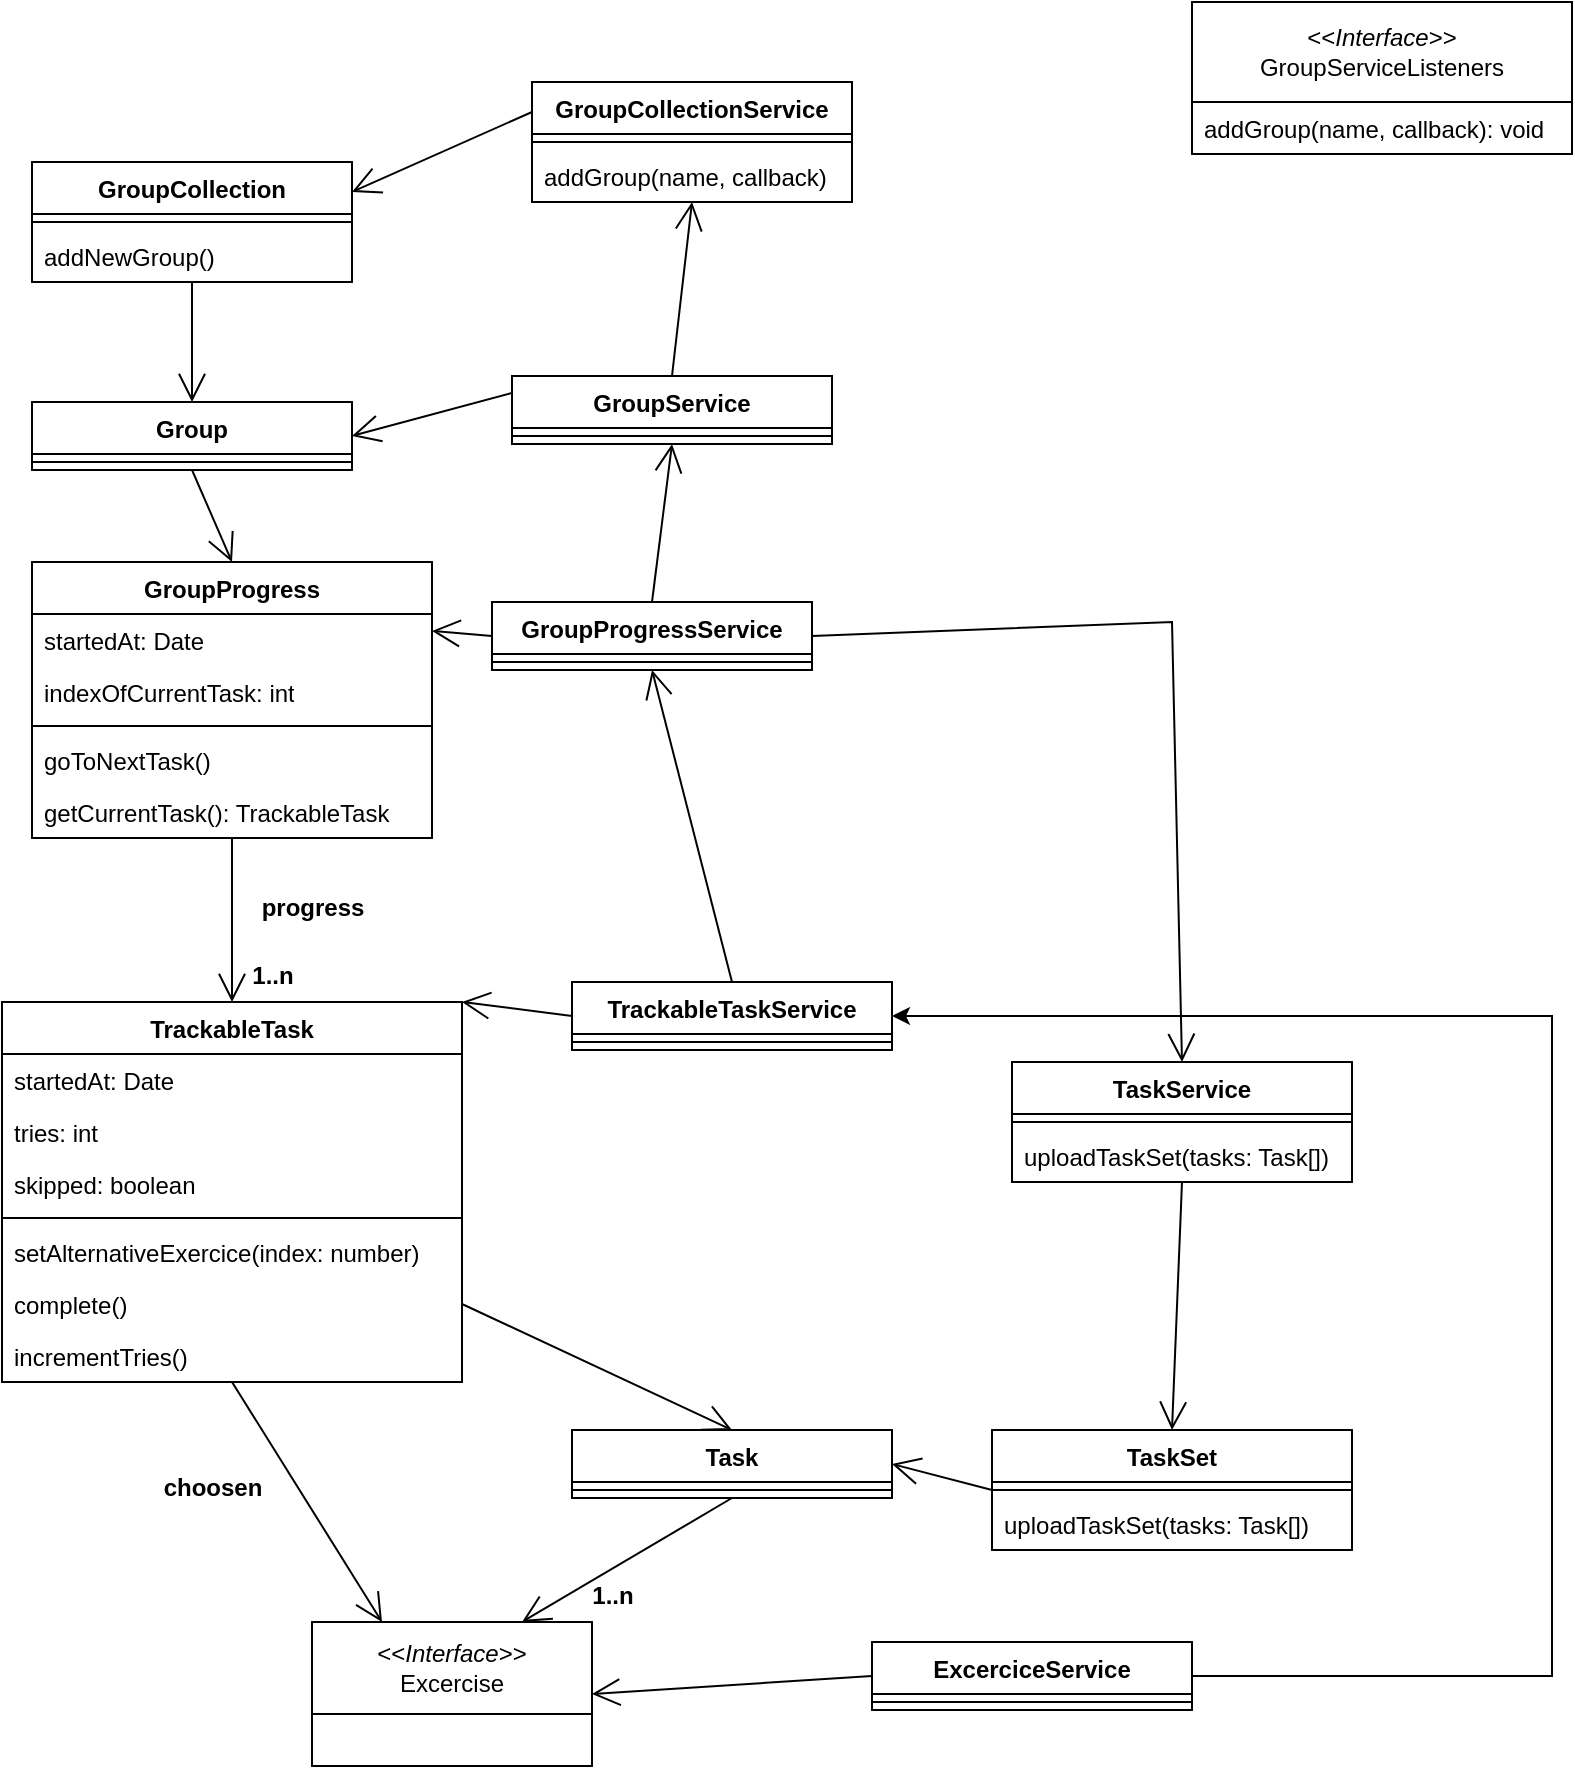
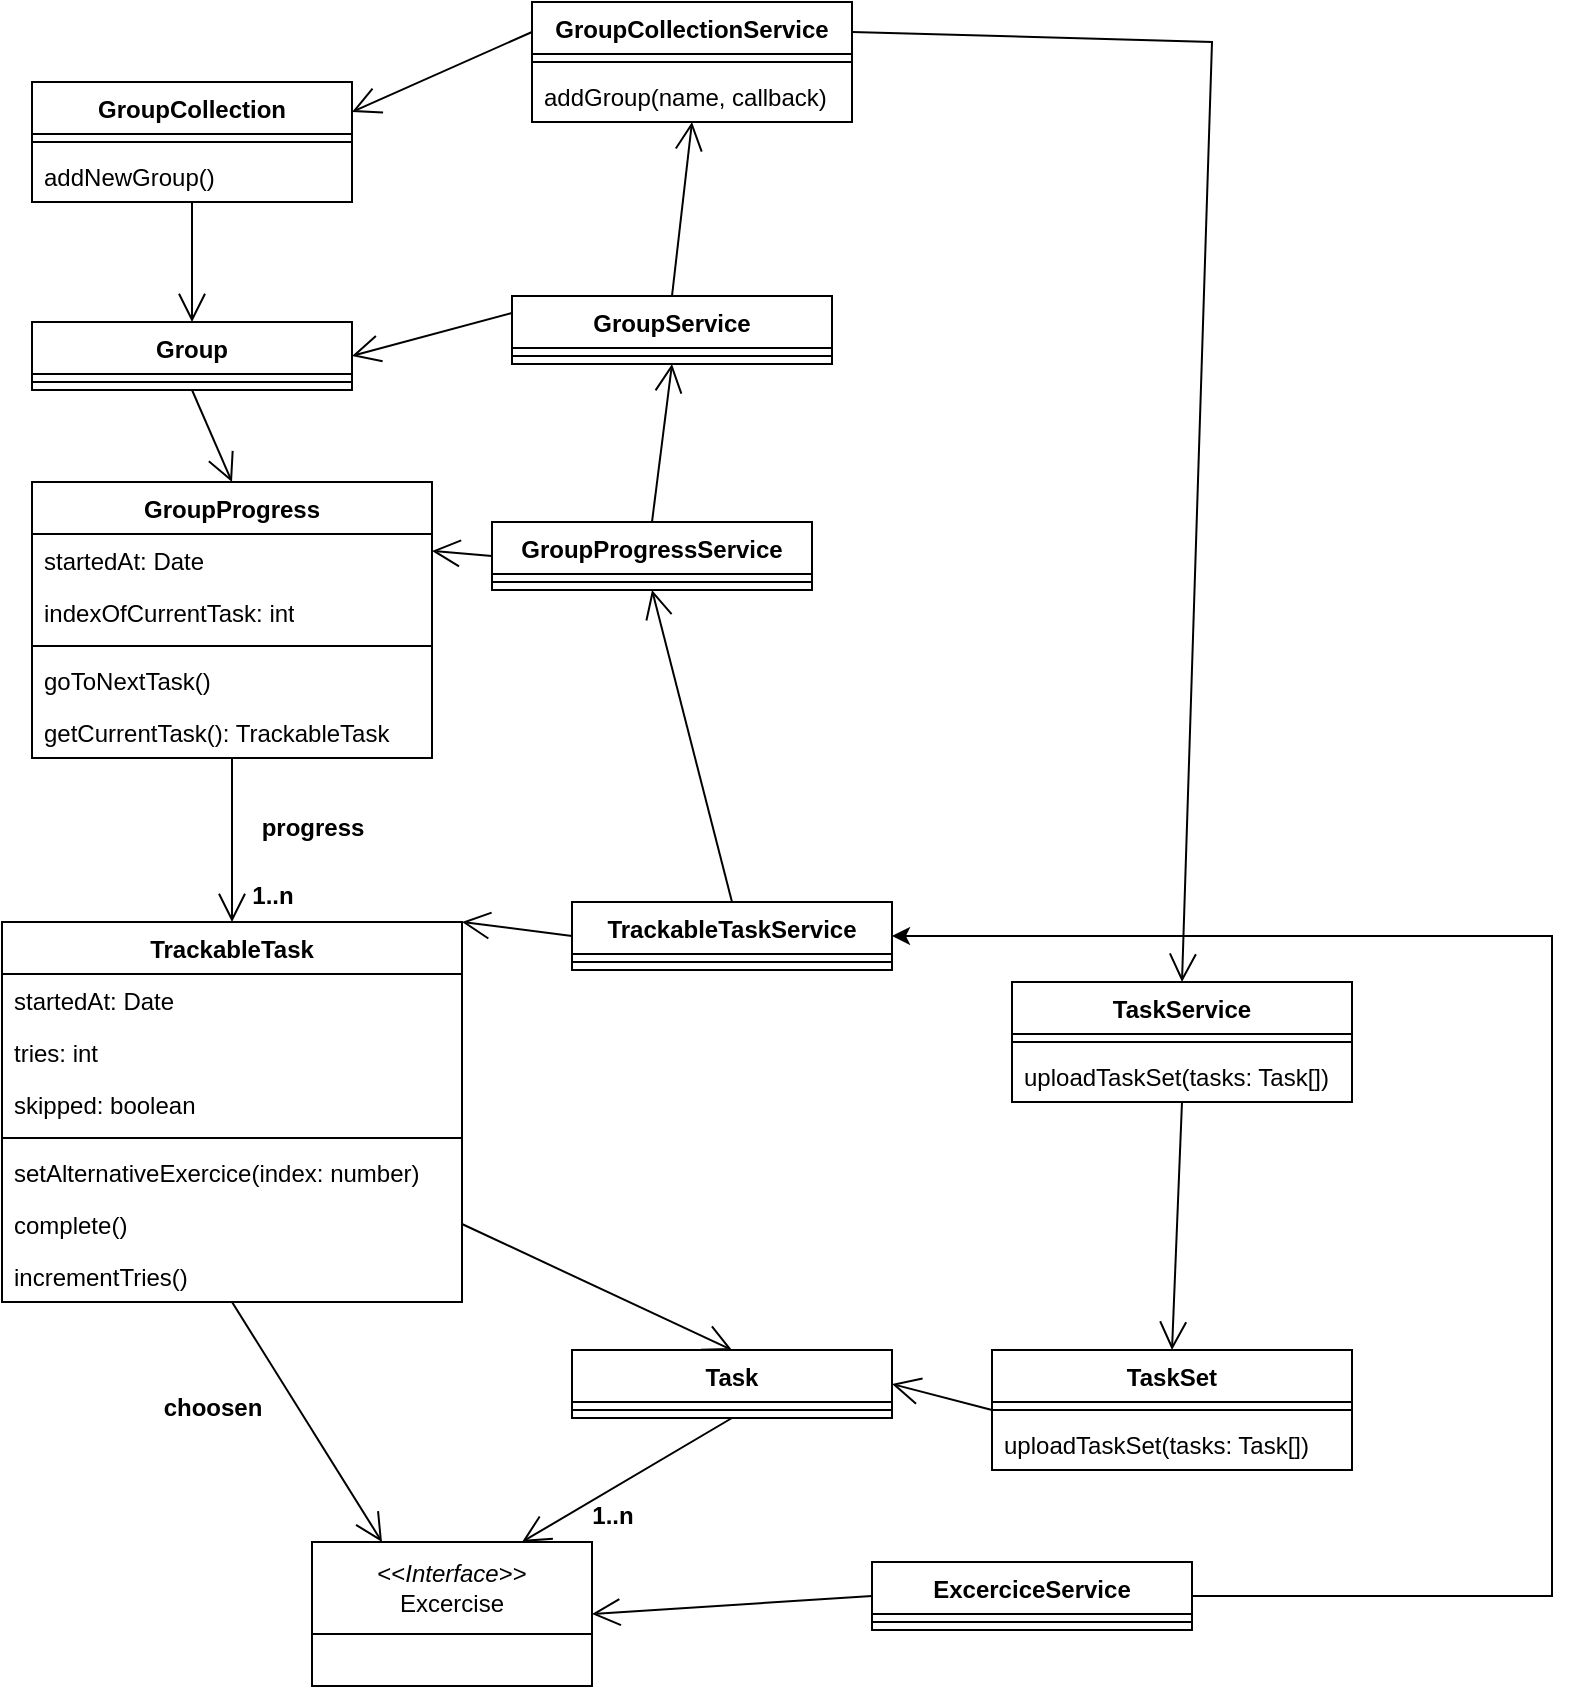
<mxfile host="app.diagrams.net" agent="Mozilla/5.0 (Windows NT 10.0; Win64; x64; rv:133.0) Gecko/20100101 Firefox/133.0" version="25.0.3">
  <diagram id="C5RBs43oDa-KdzZeNtuy" name="Page-1">
-     <mxGraphModel dx="882" dy="512" grid="1" gridSize="10" guides="1" tooltips="1" connect="1" arrows="1" fold="1" page="1" pageScale="1" pageWidth="827" pageHeight="1169" math="0" shadow="0">
+     <mxGraphModel dx="836" dy="485" grid="1" gridSize="10" guides="1" tooltips="1" connect="1" arrows="1" fold="1" page="1" pageScale="1" pageWidth="827" pageHeight="1169" math="0" shadow="0">
      <root>
        <mxCell id="WIyWlLk6GJQsqaUBKTNV-0" />
        <mxCell id="WIyWlLk6GJQsqaUBKTNV-1" parent="WIyWlLk6GJQsqaUBKTNV-0" />
        <mxCell id="2PPdx7-YqYG3QhNQI_HN-14" value="GroupService" style="swimlane;fontStyle=1;align=center;verticalAlign=top;childLayout=stackLayout;horizontal=1;startSize=26;horizontalStack=0;resizeParent=1;resizeParentMax=0;resizeLast=0;collapsible=1;marginBottom=0;whiteSpace=wrap;html=1;" parent="WIyWlLk6GJQsqaUBKTNV-1" vertex="1">
          <mxGeometry x="280" y="227" width="160" height="34" as="geometry" />
        </mxCell>
        <mxCell id="2PPdx7-YqYG3QhNQI_HN-16" value="" style="line;strokeWidth=1;fillColor=none;align=left;verticalAlign=middle;spacingTop=-1;spacingLeft=3;spacingRight=3;rotatable=0;labelPosition=right;points=[];portConstraint=eastwest;strokeColor=inherit;" parent="2PPdx7-YqYG3QhNQI_HN-14" vertex="1">
          <mxGeometry y="26" width="160" height="8" as="geometry" />
        </mxCell>
-         <mxCell id="2PPdx7-YqYG3QhNQI_HN-24" value="&lt;div&gt;&amp;lt;&amp;lt;&lt;i&gt;Interface&lt;/i&gt;&amp;gt;&amp;gt;&lt;br&gt;&lt;/div&gt;&lt;div&gt;GroupServiceListeners&lt;/div&gt;" style="swimlane;fontStyle=0;childLayout=stackLayout;horizontal=1;startSize=50;fillColor=none;horizontalStack=0;resizeParent=1;resizeParentMax=0;resizeLast=0;collapsible=1;marginBottom=0;whiteSpace=wrap;html=1;" parent="WIyWlLk6GJQsqaUBKTNV-1" vertex="1">
-           <mxGeometry x="620" y="40" width="190" height="76" as="geometry" />
-         </mxCell>
-         <mxCell id="2PPdx7-YqYG3QhNQI_HN-28" value="addGroup(name, callback): void" style="text;strokeColor=none;fillColor=none;align=left;verticalAlign=top;spacingLeft=4;spacingRight=4;overflow=hidden;rotatable=0;points=[[0,0.5],[1,0.5]];portConstraint=eastwest;whiteSpace=wrap;html=1;" parent="2PPdx7-YqYG3QhNQI_HN-24" vertex="1">
-           <mxGeometry y="50" width="190" height="26" as="geometry" />
-         </mxCell>
        <mxCell id="V3XAilx2oiw2KiiHJ0iP-3" value="" style="endArrow=open;endFill=1;endSize=12;html=1;rounded=0;exitX=0.5;exitY=1;exitDx=0;exitDy=0;entryX=0.5;entryY=0;entryDx=0;entryDy=0;" parent="WIyWlLk6GJQsqaUBKTNV-1" source="V3XAilx2oiw2KiiHJ0iP-96" target="V3XAilx2oiw2KiiHJ0iP-91" edge="1">
          <mxGeometry width="160" relative="1" as="geometry">
            <mxPoint x="260" y="170" as="sourcePoint" />
            <mxPoint x="280" y="270" as="targetPoint" />
          </mxGeometry>
        </mxCell>
        <mxCell id="V3XAilx2oiw2KiiHJ0iP-28" value="&lt;div&gt;&amp;lt;&amp;lt;&lt;i&gt;Interface&lt;/i&gt;&amp;gt;&amp;gt;&lt;/div&gt;&lt;div&gt;Excercise&lt;/div&gt;" style="swimlane;fontStyle=0;childLayout=stackLayout;horizontal=1;startSize=46;fillColor=none;horizontalStack=0;resizeParent=1;resizeParentMax=0;resizeLast=0;collapsible=1;marginBottom=0;whiteSpace=wrap;html=1;" parent="WIyWlLk6GJQsqaUBKTNV-1" vertex="1">
          <mxGeometry x="180" y="850" width="140" height="72" as="geometry" />
        </mxCell>
        <mxCell id="V3XAilx2oiw2KiiHJ0iP-44" value="choosen" style="text;align=center;fontStyle=1;verticalAlign=middle;spacingLeft=3;spacingRight=3;strokeColor=none;rotatable=0;points=[[0,0.5],[1,0.5]];portConstraint=eastwest;html=1;" parent="WIyWlLk6GJQsqaUBKTNV-1" vertex="1">
          <mxGeometry x="90" y="770" width="80" height="26" as="geometry" />
        </mxCell>
        <mxCell id="V3XAilx2oiw2KiiHJ0iP-63" value="" style="endArrow=open;endFill=1;endSize=12;html=1;rounded=0;entryX=0.5;entryY=0;entryDx=0;entryDy=0;exitX=0.5;exitY=1;exitDx=0;exitDy=0;" parent="WIyWlLk6GJQsqaUBKTNV-1" source="V3XAilx2oiw2KiiHJ0iP-86" target="V3XAilx2oiw2KiiHJ0iP-79" edge="1">
          <mxGeometry width="160" relative="1" as="geometry">
            <mxPoint x="140" y="480" as="sourcePoint" />
            <mxPoint x="120" y="510" as="targetPoint" />
          </mxGeometry>
        </mxCell>
        <mxCell id="V3XAilx2oiw2KiiHJ0iP-65" value="Task" style="swimlane;fontStyle=1;align=center;verticalAlign=top;childLayout=stackLayout;horizontal=1;startSize=26;horizontalStack=0;resizeParent=1;resizeParentMax=0;resizeLast=0;collapsible=1;marginBottom=0;whiteSpace=wrap;html=1;" parent="WIyWlLk6GJQsqaUBKTNV-1" vertex="1">
          <mxGeometry x="310" y="754" width="160" height="34" as="geometry" />
        </mxCell>
        <mxCell id="V3XAilx2oiw2KiiHJ0iP-67" value="" style="line;strokeWidth=1;fillColor=none;align=left;verticalAlign=middle;spacingTop=-1;spacingLeft=3;spacingRight=3;rotatable=0;labelPosition=right;points=[];portConstraint=eastwest;strokeColor=inherit;" parent="V3XAilx2oiw2KiiHJ0iP-65" vertex="1">
          <mxGeometry y="26" width="160" height="8" as="geometry" />
        </mxCell>
        <mxCell id="V3XAilx2oiw2KiiHJ0iP-72" value="TaskSet" style="swimlane;fontStyle=1;align=center;verticalAlign=top;childLayout=stackLayout;horizontal=1;startSize=26;horizontalStack=0;resizeParent=1;resizeParentMax=0;resizeLast=0;collapsible=1;marginBottom=0;whiteSpace=wrap;html=1;" parent="WIyWlLk6GJQsqaUBKTNV-1" vertex="1">
          <mxGeometry x="520" y="754" width="180" height="60" as="geometry" />
        </mxCell>
        <mxCell id="V3XAilx2oiw2KiiHJ0iP-74" value="" style="line;strokeWidth=1;fillColor=none;align=left;verticalAlign=middle;spacingTop=-1;spacingLeft=3;spacingRight=3;rotatable=0;labelPosition=right;points=[];portConstraint=eastwest;strokeColor=inherit;" parent="V3XAilx2oiw2KiiHJ0iP-72" vertex="1">
          <mxGeometry y="26" width="180" height="8" as="geometry" />
        </mxCell>
        <mxCell id="L8xYm_lEtlE9M0N6Z_c4-20" value="uploadTaskSet(tasks: Task[])" style="text;strokeColor=none;fillColor=none;align=left;verticalAlign=top;spacingLeft=4;spacingRight=4;overflow=hidden;rotatable=0;points=[[0,0.5],[1,0.5]];portConstraint=eastwest;whiteSpace=wrap;html=1;" vertex="1" parent="V3XAilx2oiw2KiiHJ0iP-72">
          <mxGeometry y="34" width="180" height="26" as="geometry" />
        </mxCell>
        <mxCell id="V3XAilx2oiw2KiiHJ0iP-79" value="TrackableTask" style="swimlane;fontStyle=1;align=center;verticalAlign=top;childLayout=stackLayout;horizontal=1;startSize=26;horizontalStack=0;resizeParent=1;resizeParentMax=0;resizeLast=0;collapsible=1;marginBottom=0;whiteSpace=wrap;html=1;" parent="WIyWlLk6GJQsqaUBKTNV-1" vertex="1">
          <mxGeometry x="25" y="540" width="230" height="190" as="geometry" />
        </mxCell>
        <mxCell id="V3XAilx2oiw2KiiHJ0iP-83" value="startedAt: Date" style="text;strokeColor=none;fillColor=none;align=left;verticalAlign=top;spacingLeft=4;spacingRight=4;overflow=hidden;rotatable=0;points=[[0,0.5],[1,0.5]];portConstraint=eastwest;whiteSpace=wrap;html=1;" parent="V3XAilx2oiw2KiiHJ0iP-79" vertex="1">
          <mxGeometry y="26" width="230" height="26" as="geometry" />
        </mxCell>
        <mxCell id="V3XAilx2oiw2KiiHJ0iP-84" value="tries: int" style="text;strokeColor=none;fillColor=none;align=left;verticalAlign=top;spacingLeft=4;spacingRight=4;overflow=hidden;rotatable=0;points=[[0,0.5],[1,0.5]];portConstraint=eastwest;whiteSpace=wrap;html=1;" parent="V3XAilx2oiw2KiiHJ0iP-79" vertex="1">
          <mxGeometry y="52" width="230" height="26" as="geometry" />
        </mxCell>
        <mxCell id="V3XAilx2oiw2KiiHJ0iP-85" value="&lt;div&gt;skipped: boolean&lt;/div&gt;" style="text;strokeColor=none;fillColor=none;align=left;verticalAlign=top;spacingLeft=4;spacingRight=4;overflow=hidden;rotatable=0;points=[[0,0.5],[1,0.5]];portConstraint=eastwest;whiteSpace=wrap;html=1;" parent="V3XAilx2oiw2KiiHJ0iP-79" vertex="1">
          <mxGeometry y="78" width="230" height="26" as="geometry" />
        </mxCell>
        <mxCell id="V3XAilx2oiw2KiiHJ0iP-81" value="" style="line;strokeWidth=1;fillColor=none;align=left;verticalAlign=middle;spacingTop=-1;spacingLeft=3;spacingRight=3;rotatable=0;labelPosition=right;points=[];portConstraint=eastwest;strokeColor=inherit;" parent="V3XAilx2oiw2KiiHJ0iP-79" vertex="1">
          <mxGeometry y="104" width="230" height="8" as="geometry" />
        </mxCell>
        <mxCell id="L8xYm_lEtlE9M0N6Z_c4-0" value="setAlternativeExercice(index: number)" style="text;strokeColor=none;fillColor=none;align=left;verticalAlign=top;spacingLeft=4;spacingRight=4;overflow=hidden;rotatable=0;points=[[0,0.5],[1,0.5]];portConstraint=eastwest;whiteSpace=wrap;html=1;" vertex="1" parent="V3XAilx2oiw2KiiHJ0iP-79">
          <mxGeometry y="112" width="230" height="26" as="geometry" />
        </mxCell>
        <mxCell id="L8xYm_lEtlE9M0N6Z_c4-4" value="complete()" style="text;strokeColor=none;fillColor=none;align=left;verticalAlign=top;spacingLeft=4;spacingRight=4;overflow=hidden;rotatable=0;points=[[0,0.5],[1,0.5]];portConstraint=eastwest;whiteSpace=wrap;html=1;" vertex="1" parent="V3XAilx2oiw2KiiHJ0iP-79">
          <mxGeometry y="138" width="230" height="26" as="geometry" />
        </mxCell>
        <mxCell id="L8xYm_lEtlE9M0N6Z_c4-2" value="incrementTries()" style="text;strokeColor=none;fillColor=none;align=left;verticalAlign=top;spacingLeft=4;spacingRight=4;overflow=hidden;rotatable=0;points=[[0,0.5],[1,0.5]];portConstraint=eastwest;whiteSpace=wrap;html=1;" vertex="1" parent="V3XAilx2oiw2KiiHJ0iP-79">
          <mxGeometry y="164" width="230" height="26" as="geometry" />
        </mxCell>
        <mxCell id="V3XAilx2oiw2KiiHJ0iP-86" value="GroupProgress" style="swimlane;fontStyle=1;align=center;verticalAlign=top;childLayout=stackLayout;horizontal=1;startSize=26;horizontalStack=0;resizeParent=1;resizeParentMax=0;resizeLast=0;collapsible=1;marginBottom=0;whiteSpace=wrap;html=1;" parent="WIyWlLk6GJQsqaUBKTNV-1" vertex="1">
          <mxGeometry x="40" y="320" width="200" height="138" as="geometry" />
        </mxCell>
        <mxCell id="L8xYm_lEtlE9M0N6Z_c4-6" value="startedAt: Date" style="text;strokeColor=none;fillColor=none;align=left;verticalAlign=top;spacingLeft=4;spacingRight=4;overflow=hidden;rotatable=0;points=[[0,0.5],[1,0.5]];portConstraint=eastwest;whiteSpace=wrap;html=1;" vertex="1" parent="V3XAilx2oiw2KiiHJ0iP-86">
          <mxGeometry y="26" width="200" height="26" as="geometry" />
        </mxCell>
        <mxCell id="V3XAilx2oiw2KiiHJ0iP-90" value="indexOfCurrentTask: int" style="text;strokeColor=none;fillColor=none;align=left;verticalAlign=top;spacingLeft=4;spacingRight=4;overflow=hidden;rotatable=0;points=[[0,0.5],[1,0.5]];portConstraint=eastwest;whiteSpace=wrap;html=1;" parent="V3XAilx2oiw2KiiHJ0iP-86" vertex="1">
          <mxGeometry y="52" width="200" height="26" as="geometry" />
        </mxCell>
        <mxCell id="V3XAilx2oiw2KiiHJ0iP-88" value="" style="line;strokeWidth=1;fillColor=none;align=left;verticalAlign=middle;spacingTop=-1;spacingLeft=3;spacingRight=3;rotatable=0;labelPosition=right;points=[];portConstraint=eastwest;strokeColor=inherit;" parent="V3XAilx2oiw2KiiHJ0iP-86" vertex="1">
          <mxGeometry y="78" width="200" height="8" as="geometry" />
        </mxCell>
        <mxCell id="L8xYm_lEtlE9M0N6Z_c4-5" value="goToNextTask()" style="text;strokeColor=none;fillColor=none;align=left;verticalAlign=top;spacingLeft=4;spacingRight=4;overflow=hidden;rotatable=0;points=[[0,0.5],[1,0.5]];portConstraint=eastwest;whiteSpace=wrap;html=1;" vertex="1" parent="V3XAilx2oiw2KiiHJ0iP-86">
          <mxGeometry y="86" width="200" height="26" as="geometry" />
        </mxCell>
        <mxCell id="L8xYm_lEtlE9M0N6Z_c4-13" value="getCurrentTask(): TrackableTask" style="text;strokeColor=none;fillColor=none;align=left;verticalAlign=top;spacingLeft=4;spacingRight=4;overflow=hidden;rotatable=0;points=[[0,0.5],[1,0.5]];portConstraint=eastwest;whiteSpace=wrap;html=1;" vertex="1" parent="V3XAilx2oiw2KiiHJ0iP-86">
          <mxGeometry y="112" width="200" height="26" as="geometry" />
        </mxCell>
        <mxCell id="V3XAilx2oiw2KiiHJ0iP-91" value="Group" style="swimlane;fontStyle=1;align=center;verticalAlign=top;childLayout=stackLayout;horizontal=1;startSize=26;horizontalStack=0;resizeParent=1;resizeParentMax=0;resizeLast=0;collapsible=1;marginBottom=0;whiteSpace=wrap;html=1;" parent="WIyWlLk6GJQsqaUBKTNV-1" vertex="1">
          <mxGeometry x="40" y="240" width="160" height="34" as="geometry" />
        </mxCell>
        <mxCell id="V3XAilx2oiw2KiiHJ0iP-93" value="" style="line;strokeWidth=1;fillColor=none;align=left;verticalAlign=middle;spacingTop=-1;spacingLeft=3;spacingRight=3;rotatable=0;labelPosition=right;points=[];portConstraint=eastwest;strokeColor=inherit;" parent="V3XAilx2oiw2KiiHJ0iP-91" vertex="1">
          <mxGeometry y="26" width="160" height="8" as="geometry" />
        </mxCell>
        <mxCell id="V3XAilx2oiw2KiiHJ0iP-95" value="" style="endArrow=open;endFill=1;endSize=12;html=1;rounded=0;exitX=0.5;exitY=1;exitDx=0;exitDy=0;entryX=0.5;entryY=0;entryDx=0;entryDy=0;" parent="WIyWlLk6GJQsqaUBKTNV-1" source="V3XAilx2oiw2KiiHJ0iP-91" target="V3XAilx2oiw2KiiHJ0iP-86" edge="1">
          <mxGeometry width="160" relative="1" as="geometry">
            <mxPoint x="270" y="360" as="sourcePoint" />
            <mxPoint x="430" y="360" as="targetPoint" />
          </mxGeometry>
        </mxCell>
        <mxCell id="V3XAilx2oiw2KiiHJ0iP-96" value="&lt;div&gt;GroupCollection&lt;/div&gt;" style="swimlane;fontStyle=1;align=center;verticalAlign=top;childLayout=stackLayout;horizontal=1;startSize=26;horizontalStack=0;resizeParent=1;resizeParentMax=0;resizeLast=0;collapsible=1;marginBottom=0;whiteSpace=wrap;html=1;" parent="WIyWlLk6GJQsqaUBKTNV-1" vertex="1">
          <mxGeometry x="40" y="120" width="160" height="60" as="geometry" />
        </mxCell>
        <mxCell id="V3XAilx2oiw2KiiHJ0iP-98" value="" style="line;strokeWidth=1;fillColor=none;align=left;verticalAlign=middle;spacingTop=-1;spacingLeft=3;spacingRight=3;rotatable=0;labelPosition=right;points=[];portConstraint=eastwest;strokeColor=inherit;" parent="V3XAilx2oiw2KiiHJ0iP-96" vertex="1">
          <mxGeometry y="26" width="160" height="8" as="geometry" />
        </mxCell>
        <mxCell id="V3XAilx2oiw2KiiHJ0iP-101" value="addNewGroup()" style="text;strokeColor=none;fillColor=none;align=left;verticalAlign=top;spacingLeft=4;spacingRight=4;overflow=hidden;rotatable=0;points=[[0,0.5],[1,0.5]];portConstraint=eastwest;whiteSpace=wrap;html=1;" parent="V3XAilx2oiw2KiiHJ0iP-96" vertex="1">
          <mxGeometry y="34" width="160" height="26" as="geometry" />
        </mxCell>
        <mxCell id="V3XAilx2oiw2KiiHJ0iP-102" value="" style="endArrow=open;endFill=1;endSize=12;html=1;rounded=0;entryX=1;entryY=0.5;entryDx=0;entryDy=0;exitX=0;exitY=0.5;exitDx=0;exitDy=0;" parent="WIyWlLk6GJQsqaUBKTNV-1" source="V3XAilx2oiw2KiiHJ0iP-72" target="V3XAilx2oiw2KiiHJ0iP-65" edge="1">
          <mxGeometry width="160" relative="1" as="geometry">
            <mxPoint x="90" y="802" as="sourcePoint" />
            <mxPoint x="250" y="802" as="targetPoint" />
          </mxGeometry>
        </mxCell>
        <mxCell id="V3XAilx2oiw2KiiHJ0iP-103" value="TaskService" style="swimlane;fontStyle=1;align=center;verticalAlign=top;childLayout=stackLayout;horizontal=1;startSize=26;horizontalStack=0;resizeParent=1;resizeParentMax=0;resizeLast=0;collapsible=1;marginBottom=0;whiteSpace=wrap;html=1;" parent="WIyWlLk6GJQsqaUBKTNV-1" vertex="1">
          <mxGeometry x="530" y="570" width="170" height="60" as="geometry" />
        </mxCell>
        <mxCell id="V3XAilx2oiw2KiiHJ0iP-105" value="" style="line;strokeWidth=1;fillColor=none;align=left;verticalAlign=middle;spacingTop=-1;spacingLeft=3;spacingRight=3;rotatable=0;labelPosition=right;points=[];portConstraint=eastwest;strokeColor=inherit;" parent="V3XAilx2oiw2KiiHJ0iP-103" vertex="1">
          <mxGeometry y="26" width="170" height="8" as="geometry" />
        </mxCell>
        <mxCell id="L8xYm_lEtlE9M0N6Z_c4-19" value="uploadTaskSet(tasks: Task[])" style="text;strokeColor=none;fillColor=none;align=left;verticalAlign=top;spacingLeft=4;spacingRight=4;overflow=hidden;rotatable=0;points=[[0,0.5],[1,0.5]];portConstraint=eastwest;whiteSpace=wrap;html=1;" vertex="1" parent="V3XAilx2oiw2KiiHJ0iP-103">
          <mxGeometry y="34" width="170" height="26" as="geometry" />
        </mxCell>
        <mxCell id="V3XAilx2oiw2KiiHJ0iP-107" value="" style="endArrow=open;endFill=1;endSize=12;html=1;rounded=0;exitX=0.5;exitY=1;exitDx=0;exitDy=0;entryX=0.5;entryY=0;entryDx=0;entryDy=0;" parent="WIyWlLk6GJQsqaUBKTNV-1" source="V3XAilx2oiw2KiiHJ0iP-103" target="V3XAilx2oiw2KiiHJ0iP-72" edge="1">
          <mxGeometry width="160" relative="1" as="geometry">
            <mxPoint x="330" y="720" as="sourcePoint" />
            <mxPoint x="360" y="680" as="targetPoint" />
          </mxGeometry>
        </mxCell>
        <mxCell id="V3XAilx2oiw2KiiHJ0iP-108" value="GroupProgressService" style="swimlane;fontStyle=1;align=center;verticalAlign=top;childLayout=stackLayout;horizontal=1;startSize=26;horizontalStack=0;resizeParent=1;resizeParentMax=0;resizeLast=0;collapsible=1;marginBottom=0;whiteSpace=wrap;html=1;" parent="WIyWlLk6GJQsqaUBKTNV-1" vertex="1">
          <mxGeometry x="270" y="340" width="160" height="34" as="geometry" />
        </mxCell>
        <mxCell id="V3XAilx2oiw2KiiHJ0iP-110" value="" style="line;strokeWidth=1;fillColor=none;align=left;verticalAlign=middle;spacingTop=-1;spacingLeft=3;spacingRight=3;rotatable=0;labelPosition=right;points=[];portConstraint=eastwest;strokeColor=inherit;" parent="V3XAilx2oiw2KiiHJ0iP-108" vertex="1">
          <mxGeometry y="26" width="160" height="8" as="geometry" />
        </mxCell>
        <mxCell id="V3XAilx2oiw2KiiHJ0iP-112" value="" style="endArrow=open;endFill=1;endSize=12;html=1;rounded=0;exitX=0;exitY=0.5;exitDx=0;exitDy=0;entryX=1;entryY=0.25;entryDx=0;entryDy=0;" parent="WIyWlLk6GJQsqaUBKTNV-1" source="V3XAilx2oiw2KiiHJ0iP-108" target="V3XAilx2oiw2KiiHJ0iP-86" edge="1">
          <mxGeometry width="160" relative="1" as="geometry">
            <mxPoint x="330" y="550" as="sourcePoint" />
            <mxPoint x="490" y="550" as="targetPoint" />
          </mxGeometry>
        </mxCell>
        <mxCell id="V3XAilx2oiw2KiiHJ0iP-117" value="" style="endArrow=open;endFill=1;endSize=12;html=1;rounded=0;exitX=0.5;exitY=0;exitDx=0;exitDy=0;entryX=0.5;entryY=1;entryDx=0;entryDy=0;" parent="WIyWlLk6GJQsqaUBKTNV-1" source="V3XAilx2oiw2KiiHJ0iP-108" target="2PPdx7-YqYG3QhNQI_HN-14" edge="1">
          <mxGeometry width="160" relative="1" as="geometry">
            <mxPoint x="400" y="380" as="sourcePoint" />
            <mxPoint x="380" y="330" as="targetPoint" />
          </mxGeometry>
        </mxCell>
-         <mxCell id="V3XAilx2oiw2KiiHJ0iP-119" value="" style="endArrow=open;endFill=1;endSize=12;html=1;rounded=0;exitX=1;exitY=0.5;exitDx=0;exitDy=0;entryX=0.5;entryY=0;entryDx=0;entryDy=0;" parent="WIyWlLk6GJQsqaUBKTNV-1" source="V3XAilx2oiw2KiiHJ0iP-108" target="V3XAilx2oiw2KiiHJ0iP-103" edge="1">
+         <mxCell id="V3XAilx2oiw2KiiHJ0iP-119" value="" style="endArrow=open;endFill=1;endSize=12;html=1;rounded=0;exitX=1;exitY=0.25;exitDx=0;exitDy=0;entryX=0.5;entryY=0;entryDx=0;entryDy=0;" parent="WIyWlLk6GJQsqaUBKTNV-1" source="L8xYm_lEtlE9M0N6Z_c4-30" target="V3XAilx2oiw2KiiHJ0iP-103" edge="1">
          <mxGeometry width="160" relative="1" as="geometry">
            <mxPoint x="270" y="500" as="sourcePoint" />
            <mxPoint x="600" y="440" as="targetPoint" />
            <Array as="points">
-               <mxPoint x="610" y="350" />
+               <mxPoint x="630" y="100" />
            </Array>
          </mxGeometry>
        </mxCell>
        <mxCell id="V3XAilx2oiw2KiiHJ0iP-121" value="" style="endArrow=open;endFill=1;endSize=12;html=1;rounded=0;exitX=0;exitY=0.25;exitDx=0;exitDy=0;entryX=1;entryY=0.5;entryDx=0;entryDy=0;" parent="WIyWlLk6GJQsqaUBKTNV-1" source="2PPdx7-YqYG3QhNQI_HN-14" target="V3XAilx2oiw2KiiHJ0iP-91" edge="1">
          <mxGeometry width="160" relative="1" as="geometry">
            <mxPoint x="350" y="360" as="sourcePoint" />
            <mxPoint x="510" y="360" as="targetPoint" />
          </mxGeometry>
        </mxCell>
        <mxCell id="KjGE56Se4uq9LBmGyXKQ-1" value="" style="endArrow=open;endFill=1;endSize=12;html=1;rounded=0;entryX=0.75;entryY=0;entryDx=0;entryDy=0;exitX=0.5;exitY=1;exitDx=0;exitDy=0;" parent="WIyWlLk6GJQsqaUBKTNV-1" source="V3XAilx2oiw2KiiHJ0iP-65" target="V3XAilx2oiw2KiiHJ0iP-28" edge="1">
          <mxGeometry width="160" relative="1" as="geometry">
            <mxPoint x="220" y="740" as="sourcePoint" />
            <mxPoint x="380" y="740" as="targetPoint" />
          </mxGeometry>
        </mxCell>
        <mxCell id="KjGE56Se4uq9LBmGyXKQ-2" value="1..n" style="text;align=center;fontStyle=1;verticalAlign=middle;spacingLeft=3;spacingRight=3;strokeColor=none;rotatable=0;points=[[0,0.5],[1,0.5]];portConstraint=eastwest;html=1;" parent="WIyWlLk6GJQsqaUBKTNV-1" vertex="1">
          <mxGeometry x="290" y="824" width="80" height="26" as="geometry" />
        </mxCell>
        <mxCell id="KjGE56Se4uq9LBmGyXKQ-3" value="" style="endArrow=open;endFill=1;endSize=12;html=1;rounded=0;exitX=0.5;exitY=1;exitDx=0;exitDy=0;entryX=0.25;entryY=0;entryDx=0;entryDy=0;" parent="WIyWlLk6GJQsqaUBKTNV-1" source="V3XAilx2oiw2KiiHJ0iP-79" target="V3XAilx2oiw2KiiHJ0iP-28" edge="1">
          <mxGeometry width="160" relative="1" as="geometry">
            <mxPoint x="250" y="740" as="sourcePoint" />
            <mxPoint x="410" y="740" as="targetPoint" />
          </mxGeometry>
        </mxCell>
        <mxCell id="KjGE56Se4uq9LBmGyXKQ-4" value="" style="endArrow=open;endFill=1;endSize=12;html=1;rounded=0;entryX=0.5;entryY=0;entryDx=0;entryDy=0;exitX=1;exitY=0.5;exitDx=0;exitDy=0;" parent="WIyWlLk6GJQsqaUBKTNV-1" target="V3XAilx2oiw2KiiHJ0iP-65" edge="1" source="L8xYm_lEtlE9M0N6Z_c4-4">
          <mxGeometry width="160" relative="1" as="geometry">
            <mxPoint x="200" y="548" as="sourcePoint" />
            <mxPoint x="410" y="740" as="targetPoint" />
          </mxGeometry>
        </mxCell>
        <mxCell id="L8xYm_lEtlE9M0N6Z_c4-29" style="edgeStyle=orthogonalEdgeStyle;rounded=0;orthogonalLoop=1;jettySize=auto;html=1;exitX=1;exitY=0.5;exitDx=0;exitDy=0;entryX=1;entryY=0.5;entryDx=0;entryDy=0;" edge="1" parent="WIyWlLk6GJQsqaUBKTNV-1" source="L8xYm_lEtlE9M0N6Z_c4-8" target="L8xYm_lEtlE9M0N6Z_c4-21">
          <mxGeometry relative="1" as="geometry">
            <Array as="points">
              <mxPoint x="800" y="877" />
              <mxPoint x="800" y="547" />
            </Array>
          </mxGeometry>
        </mxCell>
        <mxCell id="L8xYm_lEtlE9M0N6Z_c4-8" value="ExcerciceService" style="swimlane;fontStyle=1;align=center;verticalAlign=top;childLayout=stackLayout;horizontal=1;startSize=26;horizontalStack=0;resizeParent=1;resizeParentMax=0;resizeLast=0;collapsible=1;marginBottom=0;whiteSpace=wrap;html=1;" vertex="1" parent="WIyWlLk6GJQsqaUBKTNV-1">
          <mxGeometry x="460" y="860" width="160" height="34" as="geometry" />
        </mxCell>
        <mxCell id="L8xYm_lEtlE9M0N6Z_c4-10" value="" style="line;strokeWidth=1;fillColor=none;align=left;verticalAlign=middle;spacingTop=-1;spacingLeft=3;spacingRight=3;rotatable=0;labelPosition=right;points=[];portConstraint=eastwest;strokeColor=inherit;" vertex="1" parent="L8xYm_lEtlE9M0N6Z_c4-8">
          <mxGeometry y="26" width="160" height="8" as="geometry" />
        </mxCell>
        <mxCell id="L8xYm_lEtlE9M0N6Z_c4-14" value="progress" style="text;align=center;fontStyle=1;verticalAlign=middle;spacingLeft=3;spacingRight=3;strokeColor=none;rotatable=0;points=[[0,0.5],[1,0.5]];portConstraint=eastwest;html=1;" vertex="1" parent="WIyWlLk6GJQsqaUBKTNV-1">
          <mxGeometry x="140" y="480" width="80" height="26" as="geometry" />
        </mxCell>
        <mxCell id="L8xYm_lEtlE9M0N6Z_c4-15" value="1..n" style="text;align=center;fontStyle=1;verticalAlign=middle;spacingLeft=3;spacingRight=3;strokeColor=none;rotatable=0;points=[[0,0.5],[1,0.5]];portConstraint=eastwest;html=1;" vertex="1" parent="WIyWlLk6GJQsqaUBKTNV-1">
          <mxGeometry x="120" y="514" width="80" height="26" as="geometry" />
        </mxCell>
        <mxCell id="L8xYm_lEtlE9M0N6Z_c4-17" value="" style="endArrow=open;endFill=1;endSize=12;html=1;rounded=0;exitX=0;exitY=0.5;exitDx=0;exitDy=0;entryX=1;entryY=0.5;entryDx=0;entryDy=0;" edge="1" parent="WIyWlLk6GJQsqaUBKTNV-1" source="L8xYm_lEtlE9M0N6Z_c4-8" target="V3XAilx2oiw2KiiHJ0iP-28">
          <mxGeometry width="160" relative="1" as="geometry">
            <mxPoint x="240" y="910" as="sourcePoint" />
            <mxPoint x="400" y="910" as="targetPoint" />
          </mxGeometry>
        </mxCell>
        <mxCell id="L8xYm_lEtlE9M0N6Z_c4-21" value="TrackableTaskService" style="swimlane;fontStyle=1;align=center;verticalAlign=top;childLayout=stackLayout;horizontal=1;startSize=26;horizontalStack=0;resizeParent=1;resizeParentMax=0;resizeLast=0;collapsible=1;marginBottom=0;whiteSpace=wrap;html=1;" vertex="1" parent="WIyWlLk6GJQsqaUBKTNV-1">
          <mxGeometry x="310" y="530" width="160" height="34" as="geometry" />
        </mxCell>
        <mxCell id="L8xYm_lEtlE9M0N6Z_c4-23" value="" style="line;strokeWidth=1;fillColor=none;align=left;verticalAlign=middle;spacingTop=-1;spacingLeft=3;spacingRight=3;rotatable=0;labelPosition=right;points=[];portConstraint=eastwest;strokeColor=inherit;" vertex="1" parent="L8xYm_lEtlE9M0N6Z_c4-21">
          <mxGeometry y="26" width="160" height="8" as="geometry" />
        </mxCell>
        <mxCell id="L8xYm_lEtlE9M0N6Z_c4-25" value="" style="endArrow=open;endFill=1;endSize=12;html=1;rounded=0;exitX=0;exitY=0.5;exitDx=0;exitDy=0;entryX=1;entryY=0;entryDx=0;entryDy=0;" edge="1" parent="WIyWlLk6GJQsqaUBKTNV-1" source="L8xYm_lEtlE9M0N6Z_c4-21" target="V3XAilx2oiw2KiiHJ0iP-79">
          <mxGeometry width="160" relative="1" as="geometry">
            <mxPoint x="340" y="630" as="sourcePoint" />
            <mxPoint x="300" y="610" as="targetPoint" />
          </mxGeometry>
        </mxCell>
        <mxCell id="L8xYm_lEtlE9M0N6Z_c4-28" value="" style="endArrow=open;endFill=1;endSize=12;html=1;rounded=0;exitX=0.5;exitY=0;exitDx=0;exitDy=0;entryX=0.5;entryY=1;entryDx=0;entryDy=0;" edge="1" parent="WIyWlLk6GJQsqaUBKTNV-1" source="L8xYm_lEtlE9M0N6Z_c4-21" target="V3XAilx2oiw2KiiHJ0iP-108">
          <mxGeometry width="160" relative="1" as="geometry">
            <mxPoint x="250" y="460" as="sourcePoint" />
            <mxPoint x="350" y="390" as="targetPoint" />
          </mxGeometry>
        </mxCell>
        <mxCell id="L8xYm_lEtlE9M0N6Z_c4-30" value="GroupCollectionService" style="swimlane;fontStyle=1;align=center;verticalAlign=top;childLayout=stackLayout;horizontal=1;startSize=26;horizontalStack=0;resizeParent=1;resizeParentMax=0;resizeLast=0;collapsible=1;marginBottom=0;whiteSpace=wrap;html=1;" vertex="1" parent="WIyWlLk6GJQsqaUBKTNV-1">
          <mxGeometry x="290" y="80" width="160" height="60" as="geometry" />
        </mxCell>
        <mxCell id="L8xYm_lEtlE9M0N6Z_c4-32" value="" style="line;strokeWidth=1;fillColor=none;align=left;verticalAlign=middle;spacingTop=-1;spacingLeft=3;spacingRight=3;rotatable=0;labelPosition=right;points=[];portConstraint=eastwest;strokeColor=inherit;" vertex="1" parent="L8xYm_lEtlE9M0N6Z_c4-30">
          <mxGeometry y="26" width="160" height="8" as="geometry" />
        </mxCell>
        <mxCell id="L8xYm_lEtlE9M0N6Z_c4-34" value="addGroup(name, callback)" style="text;strokeColor=none;fillColor=none;align=left;verticalAlign=top;spacingLeft=4;spacingRight=4;overflow=hidden;rotatable=0;points=[[0,0.5],[1,0.5]];portConstraint=eastwest;whiteSpace=wrap;html=1;" vertex="1" parent="L8xYm_lEtlE9M0N6Z_c4-30">
          <mxGeometry y="34" width="160" height="26" as="geometry" />
        </mxCell>
        <mxCell id="L8xYm_lEtlE9M0N6Z_c4-35" value="" style="endArrow=open;endFill=1;endSize=12;html=1;rounded=0;exitX=0;exitY=0.25;exitDx=0;exitDy=0;entryX=1;entryY=0.25;entryDx=0;entryDy=0;" edge="1" parent="WIyWlLk6GJQsqaUBKTNV-1" source="L8xYm_lEtlE9M0N6Z_c4-30" target="V3XAilx2oiw2KiiHJ0iP-96">
          <mxGeometry width="160" relative="1" as="geometry">
            <mxPoint x="330" y="380" as="sourcePoint" />
            <mxPoint x="490" y="380" as="targetPoint" />
          </mxGeometry>
        </mxCell>
        <mxCell id="L8xYm_lEtlE9M0N6Z_c4-36" value="" style="endArrow=open;endFill=1;endSize=12;html=1;rounded=0;exitX=0.5;exitY=0;exitDx=0;exitDy=0;entryX=0.5;entryY=1;entryDx=0;entryDy=0;" edge="1" parent="WIyWlLk6GJQsqaUBKTNV-1" source="2PPdx7-YqYG3QhNQI_HN-14" target="L8xYm_lEtlE9M0N6Z_c4-30">
          <mxGeometry width="160" relative="1" as="geometry">
            <mxPoint x="330" y="380" as="sourcePoint" />
            <mxPoint x="360" y="160" as="targetPoint" />
          </mxGeometry>
        </mxCell>
      </root>
    </mxGraphModel>
  </diagram>
</mxfile>
